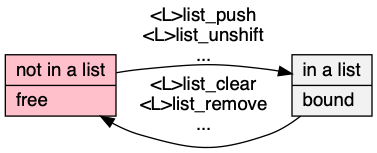
Above: doc/list/node-states.png in neil-edelman/boxes (Graphviz), before the change. Its source is kept beside it as doc/list/node-states.gv. Its diagram source:
```dot
digraph {
	graph [rankdir=LR, truecolor=true, bgcolor=transparent, fontname="Bitstream Vera Sans"];
	node [shape=record, style=filled, fillcolor="Grey95", fontname="Bitstream Vera Sans"];
	edge [fontname="Bitstream Vera Sans"];
	not [label="not in a list\l|free\l", fillcolor = pink];
	in [ label = "in a list\l|bound\l" ];
	not -> in [ label = "<L>list_push\n<L>list_unshift\n..." ];
	in -> not [ label = "<L>list_clear\n<L>list_remove\n..." ];
}
```
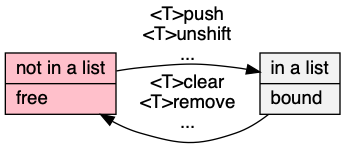
The same diagram one commit later.

Diff of the diagram source:
```diff
@@ -4,6 +4,6 @@
 	edge [fontname="Bitstream Vera Sans"];
 	not [label="not in a list\l|free\l", fillcolor = pink];
 	in [ label = "in a list\l|bound\l" ];
-	not -> in [ label = "<L>list_push\n<L>list_unshift\n..." ];
-	in -> not [ label = "<L>list_clear\n<L>list_remove\n..." ];
+	not -> in [ label = "<T>push\n<T>unshift\n..." ];
+	in -> not [ label = "<T>clear\n<T>remove\n..." ];
 }
```
